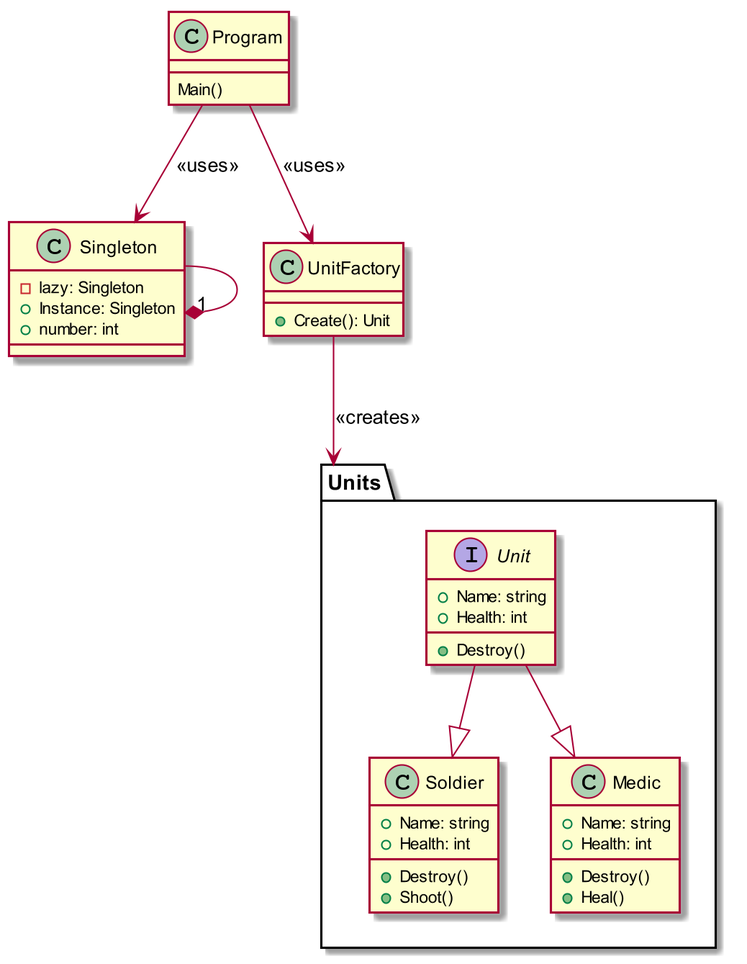
Before: design-patterns/umlProgram.png, a diagram exported from PlantUML (tarikbir/design-patterns). Source of this version:
```plantuml
@startuml
skinparam dpi 200


class Program{
    Main()
}

Program --> Singleton: <<uses>>
Program --> UnitFactory: <<uses>>

class Singleton {
    -lazy: Singleton
    +Instance: Singleton
	+number: int
}

Singleton --* "1" Singleton

package "Units"{
    interface Unit {
        +Name: string
        +Health: int
        +Destroy()
    }
    class Soldier {
        +Name: string
        +Health: int
        +Destroy()
        +Shoot()
    }
    class Medic {
        +Name: string
        +Health: int
        +Destroy()
        +Heal()
    }
    Unit --|> Soldier
    Unit --|> Medic
}

class UnitFactory {
    +Create(): Unit
}

UnitFactory --> Units: <<creates>>

@enduml
```
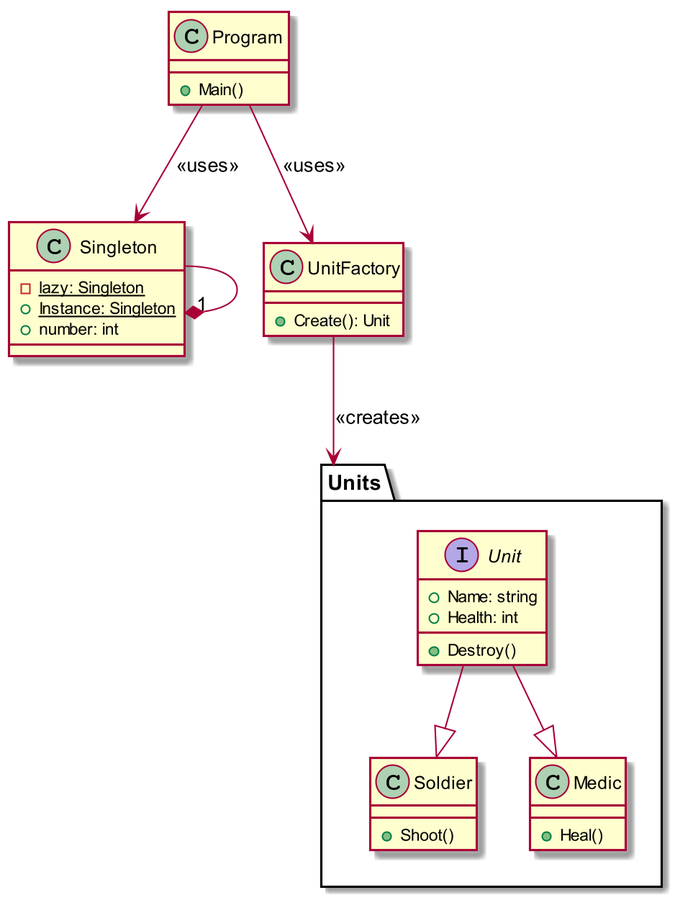
The same file after the commit.

Diff of the diagram source:
```diff
@@ -3,15 +3,15 @@
 
 
 class Program{
-    Main()
+    +Main()
 }
 
 Program --> Singleton: <<uses>>
 Program --> UnitFactory: <<uses>>
 
 class Singleton {
-    -lazy: Singleton
-    +Instance: Singleton
+    -{static} lazy: Singleton
+    +{static} Instance: Singleton
 	+number: int
 }
 
@@ -24,15 +24,9 @@
         +Destroy()
     }
     class Soldier {
-        +Name: string
-        +Health: int
-        +Destroy()
         +Shoot()
     }
     class Medic {
-        +Name: string
-        +Health: int
-        +Destroy()
         +Heal()
     }
     Unit --|> Soldier
```
